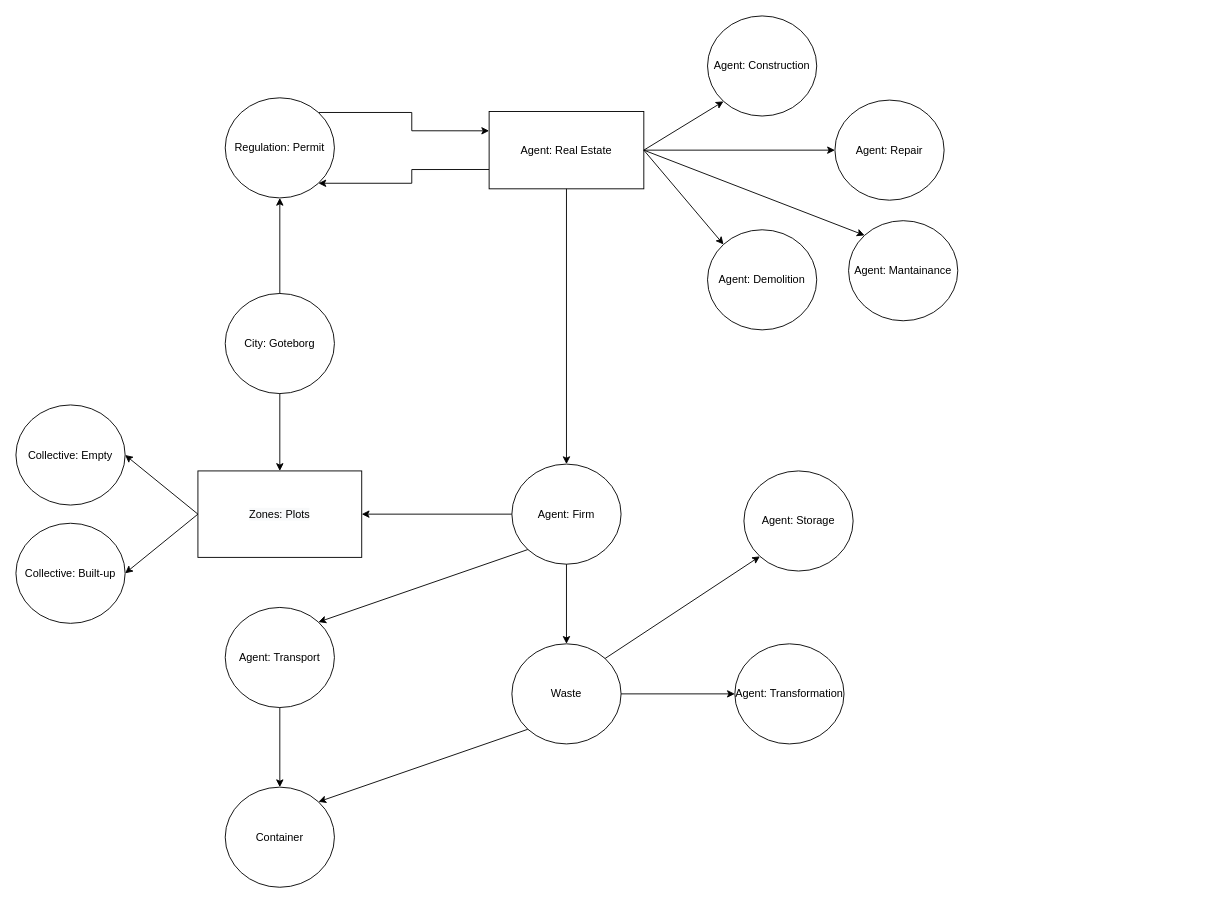
Urban-JonathanCohen/GeneralWasteDataModel keeps this draw.io diagram as CaseStudies/02_CDWM/CDWM.drawio. Above is the earlier version. Source tidied: cells renumbered, new cells numbered last; positions are measured from the earlier drawing's top-left corner, leaving out a move shared by most shapes. Both pictures are drawn from the tidied source at 91%, with x=0, y=0 at pixel (15, 15).
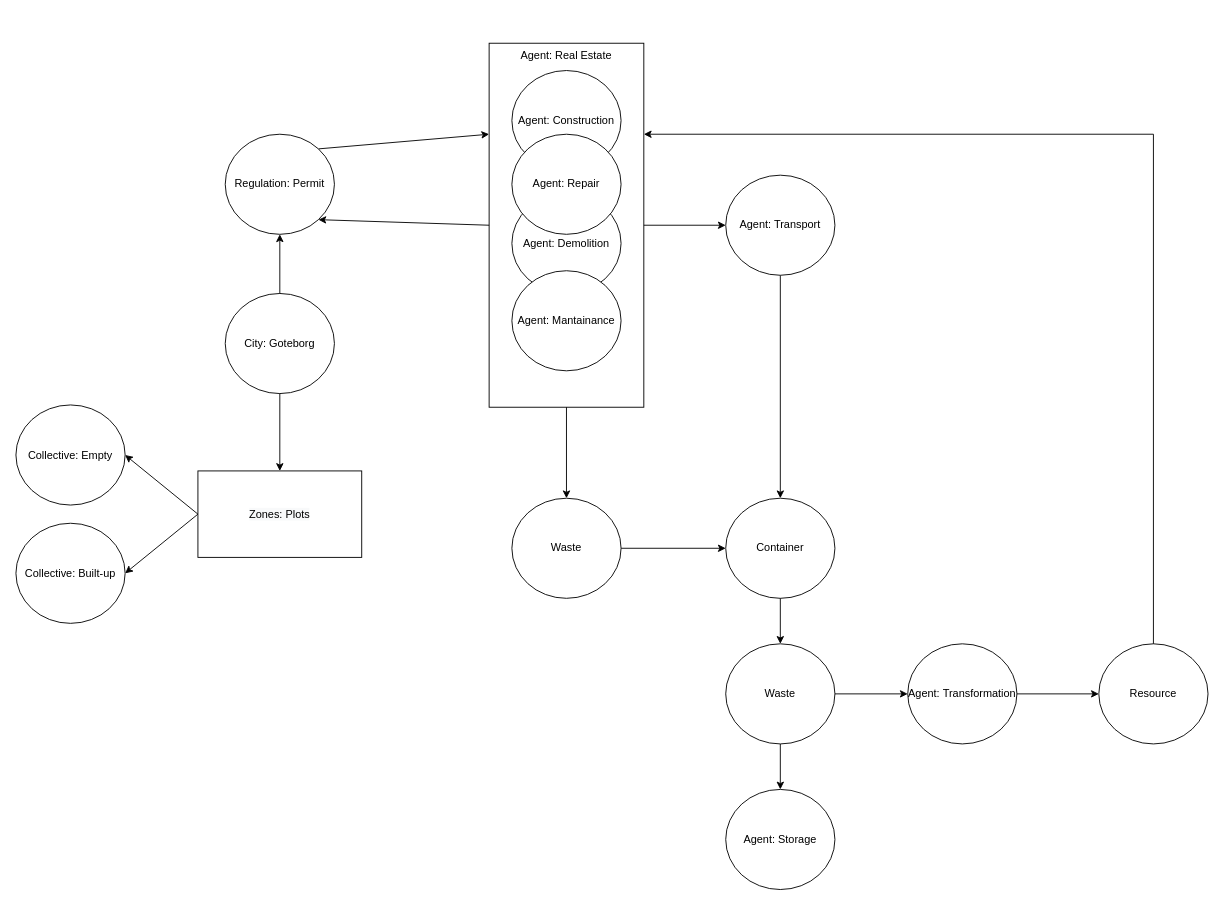
The same page after the edit.

Unchanged cells that the change refers to:
```xml
<mxCell id="20" value="&#10;&#10;&lt;span style=&quot;color: rgb(0, 0, 0); font-family: helvetica; font-size: 12px; font-style: normal; font-weight: 400; letter-spacing: normal; text-align: center; text-indent: 0px; text-transform: none; word-spacing: 0px; background-color: rgb(248, 249, 250); display: inline; float: none;&quot;&gt;Zones: Plots&lt;/span&gt;&#10;&#10;" style="rounded=0;whiteSpace=wrap;html=1;" parent="1" vertex="1">
  <mxGeometry x="200" y="500" width="180" height="95" as="geometry" />
</mxCell>
```

Change to the diagram source:
```diff
@@
     <mxCell id="3" value="Agent: Construction" style="ellipse;whiteSpace=wrap;html=1;" parent="1" vertex="1">
-      <mxGeometry x="760" width="120" height="110" as="geometry" />
+      <mxGeometry x="545" y="60" width="120" height="110" as="geometry" />
     </mxCell>
@@
-    <mxCell id="7" style="edgeStyle=orthogonalEdgeStyle;rounded=0;jettySize=auto;html=1;entryX=0;entryY=0.25;entryDx=0;entryDy=0;exitX=1;exitY=0;exitDx=0;exitDy=0;" parent="1" edge="1" source="8" target="11">
-      <mxGeometry relative="1" as="geometry" />
+    <mxCell id="7" style="rounded=0;jettySize=auto;html=1;exitX=1;exitY=0;exitDx=0;exitDy=0;" parent="1" edge="1" source="8">
+      <mxGeometry relative="1" as="geometry">
+        <mxPoint x="520" y="130" as="targetPoint" />
+      </mxGeometry>
     </mxCell>
     <mxCell id="8" value="Regulation: Permit" style="ellipse;whiteSpace=wrap;html=1;" parent="1" vertex="1">
-      <mxGeometry x="230" y="90" width="120" height="110" as="geometry" />
+      <mxGeometry x="230" y="130" width="120" height="110" as="geometry" />
     </mxCell>
-    <mxCell id="9" style="endArrow=classic;html=1;exitX=1;exitY=0.5;exitDx=0;exitDy=0;entryX=0;entryY=1;entryDx=0;entryDy=0;" parent="1" edge="1" source="11" target="3">
-      <mxGeometry relative="1" as="geometry" />
-    </mxCell>
-    <mxCell id="10" style="edgeStyle=orthogonalEdgeStyle;rounded=0;jettySize=auto;html=1;exitX=0;exitY=0.75;exitDx=0;exitDy=0;entryX=1;entryY=1;entryDx=0;entryDy=0;" parent="1" edge="1" source="11" target="8">
+    <mxCell id="10" style="rounded=0;jettySize=auto;html=1;exitX=0;exitY=0.5;exitDx=0;exitDy=0;entryX=1;entryY=1;entryDx=0;entryDy=0;" parent="1" edge="1" source="11" target="8">
       <mxGeometry relative="1" as="geometry" />
     </mxCell>
-    <mxCell id="11" value="Agent: Real Estate" style="rounded=0;whiteSpace=wrap;html=1;" parent="1" vertex="1">
-      <mxGeometry x="520" y="105" width="170" height="85" as="geometry" />
+    <mxCell id="11" value="Agent: Real Estate" style="rounded=0;whiteSpace=wrap;html=1;verticalAlign=top;fillColor=none;" parent="1" vertex="1">
+      <mxGeometry x="520" y="30" width="170" height="400" as="geometry" />
     </mxCell>
     <mxCell id="12" value="Agent: Demolition" style="ellipse;whiteSpace=wrap;html=1;" parent="1" vertex="1">
-      <mxGeometry x="760" y="235" width="120" height="110" as="geometry" />
+      <mxGeometry x="545" y="195" width="120" height="110" as="geometry" />
     </mxCell>
     <mxCell id="13" value="Agent: Mantainance" style="ellipse;whiteSpace=wrap;html=1;" parent="1" vertex="1">
-      <mxGeometry x="915" y="225" width="120" height="110" as="geometry" />
+      <mxGeometry x="545" y="280" width="120" height="110" as="geometry" />
     </mxCell>
     <mxCell id="14" value="Agent: Repair" style="ellipse;whiteSpace=wrap;html=1;" parent="1" vertex="1">
-      <mxGeometry x="900" y="92.5" width="120" height="110" as="geometry" />
+      <mxGeometry x="545" y="130" width="120" height="110" as="geometry" />
     </mxCell>
-    <mxCell id="15" style="endArrow=classic;html=1;exitX=1;exitY=0.5;exitDx=0;exitDy=0;entryX=0;entryY=0.5;entryDx=0;entryDy=0;" parent="1" edge="1" source="11" target="14">
-      <mxGeometry relative="1" as="geometry" />
-    </mxCell>
-    <mxCell id="16" style="endArrow=classic;html=1;exitX=1;exitY=0.5;exitDx=0;exitDy=0;entryX=0;entryY=0;entryDx=0;entryDy=0;" parent="1" edge="1" source="11" target="12">
-      <mxGeometry relative="1" as="geometry" />
-    </mxCell>
-    <mxCell id="17" style="endArrow=classic;html=1;entryX=0;entryY=0;entryDx=0;entryDy=0;exitX=1;exitY=0.5;exitDx=0;exitDy=0;" parent="1" edge="1" source="11" target="13">
-      <mxGeometry relative="1" as="geometry" />
-    </mxCell>
@@
-    <mxCell id="22" style="edgeStyle=none;rounded=0;jettySize=auto;html=1;entryX=1;entryY=0.5;entryDx=0;entryDy=0;" parent="1" edge="1" source="23" target="20">
-      <mxGeometry relative="1" as="geometry" />
-    </mxCell>
-    <mxCell id="23" value="Agent: Firm" style="ellipse;whiteSpace=wrap;html=1;" parent="1" vertex="1">
-      <mxGeometry x="545" y="492.5" width="120" height="110" as="geometry" />
-    </mxCell>
-    <mxCell id="24" style="endArrow=classic;html=1;exitX=0.5;exitY=1;exitDx=0;exitDy=0;" parent="1" edge="1" source="11" target="23">
-      <mxGeometry relative="1" as="geometry" />
-    </mxCell>
-    <mxCell id="25" style="endArrow=classic;html=1;exitX=0.5;exitY=1;exitDx=0;exitDy=0;entryX=0.5;entryY=0;entryDx=0;entryDy=0;" parent="1" edge="1" source="23" target="27">
+    <mxCell id="25" style="endArrow=classic;html=1;exitX=0.5;exitY=1;exitDx=0;exitDy=0;entryX=0.5;entryY=0;entryDx=0;entryDy=0;" parent="1" edge="1" source="11" target="27">
       <mxGeometry relative="1" as="geometry" />
     </mxCell>
-    <mxCell id="26" style="edgeStyle=none;rounded=0;jettySize=auto;html=1;exitX=0;exitY=1;exitDx=0;exitDy=0;entryX=1;entryY=0;entryDx=0;entryDy=0;" parent="1" edge="1" source="27" target="28">
+    <mxCell id="26" style="edgeStyle=none;rounded=0;jettySize=auto;html=1;exitX=1;exitY=0.5;exitDx=0;exitDy=0;entryX=0;entryY=0.5;entryDx=0;entryDy=0;" parent="1" edge="1" source="27" target="28">
       <mxGeometry relative="1" as="geometry" />
     </mxCell>
     <mxCell id="27" value="Waste" style="ellipse;whiteSpace=wrap;html=1;" parent="1" vertex="1">
-      <mxGeometry x="545" y="690" width="120" height="110" as="geometry" />
+      <mxGeometry x="545" y="530" width="120" height="110" as="geometry" />
     </mxCell>
     <mxCell id="28" value="Container" style="ellipse;whiteSpace=wrap;html=1;" parent="1" vertex="1">
-      <mxGeometry x="230" y="847.5" width="120" height="110" as="geometry" />
+      <mxGeometry x="780" y="530" width="120" height="110" as="geometry" />
     </mxCell>
@@
     <mxCell id="30" value="Agent: Transport" style="ellipse;whiteSpace=wrap;html=1;" parent="1" vertex="1">
-      <mxGeometry x="230" y="650" width="120" height="110" as="geometry" />
+      <mxGeometry x="780" y="175" width="120" height="110" as="geometry" />
     </mxCell>
-    <mxCell id="31" style="endArrow=classic;html=1;entryX=1;entryY=0;entryDx=0;entryDy=0;exitX=0;exitY=1;exitDx=0;exitDy=0;" parent="1" edge="1" source="23" target="30">
+    <mxCell id="31" style="endArrow=classic;html=1;entryX=0;entryY=0.5;entryDx=0;entryDy=0;exitX=1;exitY=0.5;exitDx=0;exitDy=0;" parent="1" edge="1" source="11" target="30">
       <mxGeometry relative="1" as="geometry" />
     </mxCell>
     <mxCell id="32" value="Agent:&amp;nbsp;Transformation" style="ellipse;whiteSpace=wrap;html=1;" parent="1" vertex="1">
-      <mxGeometry x="790" y="690" width="120" height="110" as="geometry" />
+      <mxGeometry x="980" y="690" width="120" height="110" as="geometry" />
     </mxCell>
-    <mxCell id="33" style="endArrow=classic;html=1;exitX=1;exitY=0.5;exitDx=0;exitDy=0;" parent="1" edge="1" source="27" target="32">
+    <mxCell id="33" style="endArrow=classic;html=1;exitX=1;exitY=0.5;exitDx=0;exitDy=0;" parent="1" edge="1" source="36" target="32">
       <mxGeometry relative="1" as="geometry" />
     </mxCell>
     <mxCell id="34" value="Agent:&amp;nbsp;Storage" style="ellipse;whiteSpace=wrap;html=1;" parent="1" vertex="1">
-      <mxGeometry x="800" y="500" width="120" height="110" as="geometry" />
+      <mxGeometry x="780" y="850" width="120" height="110" as="geometry" />
     </mxCell>
-    <mxCell id="35" style="endArrow=classic;html=1;exitX=1;exitY=0;exitDx=0;exitDy=0;entryX=0;entryY=1;entryDx=0;entryDy=0;" parent="1" edge="1" source="27" target="34">
+    <mxCell id="35" style="endArrow=classic;html=1;exitX=0.5;exitY=1;exitDx=0;exitDy=0;" parent="1" edge="1" source="36" target="34">
       <mxGeometry relative="1" as="geometry" />
     </mxCell>
+    <mxCell id="36" value="Waste" style="ellipse;whiteSpace=wrap;html=1;" parent="1" vertex="1">
+      <mxGeometry x="780" y="690" width="120" height="110" as="geometry" />
+    </mxCell>
+    <mxCell id="37" style="endArrow=classic;html=1;exitX=0.5;exitY=1;exitDx=0;exitDy=0;entryX=0.5;entryY=0;entryDx=0;entryDy=0;" parent="1" edge="1" source="28" target="36">
+      <mxGeometry relative="1" as="geometry" />
+    </mxCell>
+    <mxCell id="38" value="Resource" style="ellipse;whiteSpace=wrap;html=1;" parent="1" vertex="1">
+      <mxGeometry x="1190" y="690" width="120" height="110" as="geometry" />
+    </mxCell>
+    <mxCell id="39" style="endArrow=classic;html=1;exitX=1;exitY=0.5;exitDx=0;exitDy=0;entryX=0;entryY=0.5;entryDx=0;entryDy=0;" parent="1" edge="1" source="32" target="38">
+      <mxGeometry relative="1" as="geometry" />
+    </mxCell>
+    <mxCell id="40" style="endArrow=classic;html=1;exitX=0.5;exitY=0;exitDx=0;exitDy=0;edgeStyle=orthogonalEdgeStyle;entryX=1;entryY=0.25;entryDx=0;entryDy=0;rounded=0;" parent="1" edge="1" source="38" target="11">
+      <mxGeometry relative="1" as="geometry" />
+    </mxCell>
```
